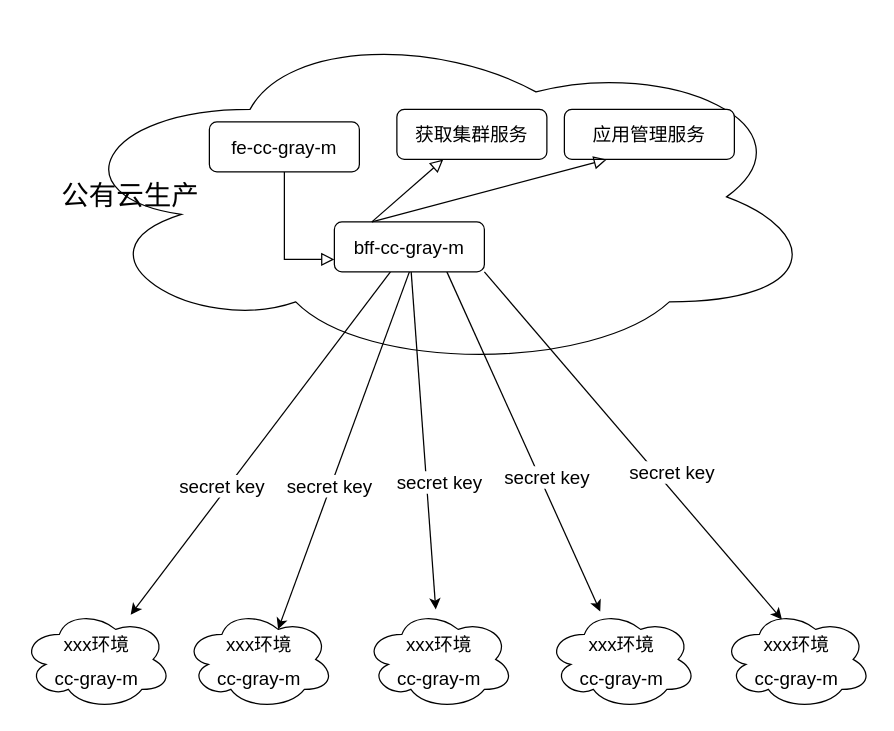
Earlier version of the draw.io diagram page "Page-1" (1 of 2) of 未命名绘图.drawio (Gip886/picture). Source tidied: cells renumbered, new cells numbered last; positions are measured from the earlier drawing's top-left corner, leaving out a move shared by most shapes. Both pictures are drawn from the tidied source at 125%, with x=0, y=0 at pixel (21, 21).
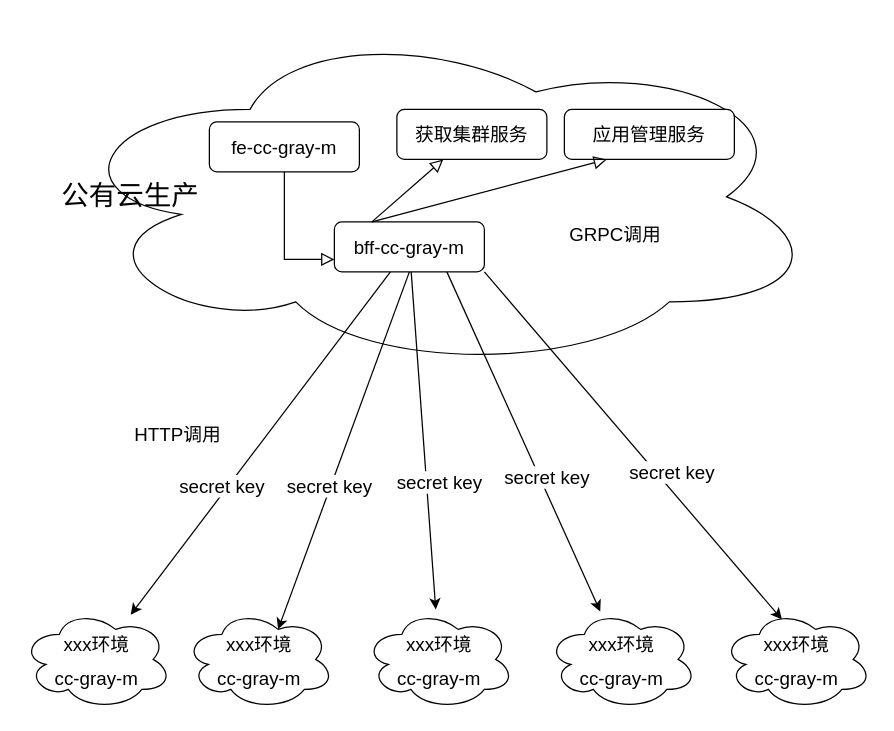
The same page after the edit.

Commit message:
更新未命名绘图.drawio

Diff of the diagram source:
```diff
@@
+    <mxCell id="25" value="HTTP调用" style="text;html=1;strokeColor=none;fillColor=none;align=center;verticalAlign=middle;whiteSpace=wrap;rounded=0;fontSize=15;" parent="1" vertex="1">
+      <mxGeometry x="70" y="310" width="110" height="40" as="geometry" />
+    </mxCell>
+    <mxCell id="26" value="GRPC调用" style="text;html=1;strokeColor=none;fillColor=none;align=center;verticalAlign=middle;whiteSpace=wrap;rounded=0;fontSize=15;" parent="1" vertex="1">
+      <mxGeometry x="420" y="150" width="110" height="40" as="geometry" />
+    </mxCell>
```
